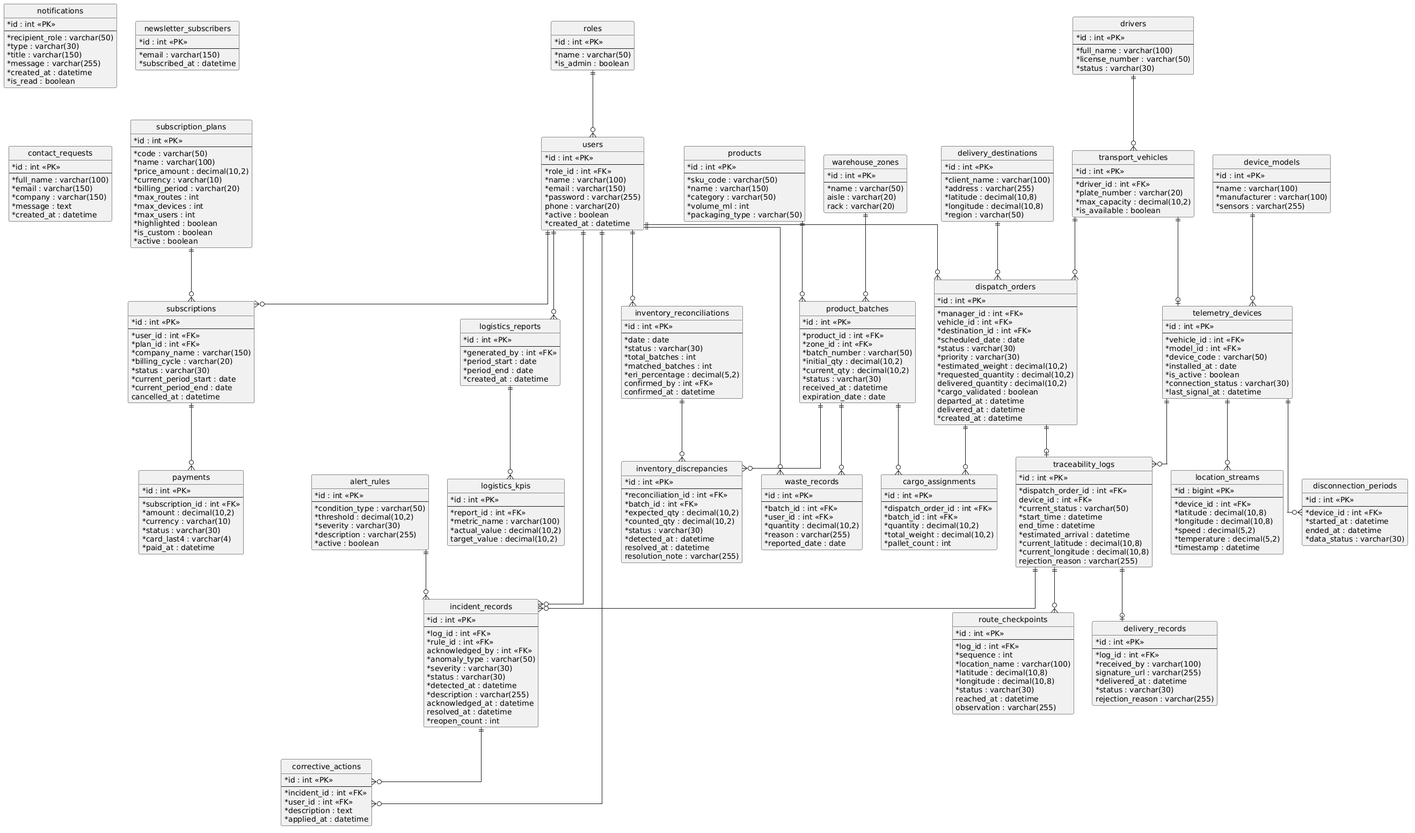
Before: report/assets/Chapter4/bk1.png, a diagram exported from PlantUML (Codecraft-16692/BevTrace-Report). Its diagram source:
```plantuml
@startuml
hide circle
skinparam linetype ortho
skinparam classAttributeIconSize 0

entity "roles" as roles {
  * id : int <<PK>>
  --
  * name : varchar(50)
  * is_admin : boolean
}

entity "users" as users {
  * id : int <<PK>>
  --
  * role_id : int <<FK>>
  * name : varchar(100)
  * email : varchar(150)
  * password : varchar(255)
  phone : varchar(20)
  * active : boolean
  * created_at : datetime
}

entity "products" as products {
  * id : int <<PK>>
  --
  * sku_code : varchar(50)
  * name : varchar(150)
  * category : varchar(50)
  * volume_ml : int
  * packaging_type : varchar(50)
}

entity "warehouse_zones" as warehouse_zones {
  * id : int <<PK>>
  --
  * name : varchar(50)
  aisle : varchar(20)
  rack : varchar(20)
}

entity "product_batches" as product_batches {
  * id : int <<PK>>
  --
  * product_id : int <<FK>>
  * zone_id : int <<FK>>
  * batch_number : varchar(50)
  * initial_qty : decimal(10,2)
  * current_qty : decimal(10,2)
  * status : varchar(30)
  received_at : datetime
  expiration_date : date
}

entity "waste_records" as waste_records {
  * id : int <<PK>>
  --
  * batch_id : int <<FK>>
  * user_id : int <<FK>>
  * quantity : decimal(10,2)
  * reason : varchar(255)
  * reported_date : date
}

entity "inventory_reconciliations" as inventory_reconciliations {
  * id : int <<PK>>
  --
  * date : date
  * status : varchar(30)
  * total_batches : int
  * matched_batches : int
  * eri_percentage : decimal(5,2)
  confirmed_by : int <<FK>>
  confirmed_at : datetime
}

entity "inventory_discrepancies" as inventory_discrepancies {
  * id : int <<PK>>
  --
  * reconciliation_id : int <<FK>>
  * batch_id : int <<FK>>
  * expected_qty : decimal(10,2)
  * counted_qty : decimal(10,2)
  * status : varchar(30)
  * detected_at : datetime
  resolved_at : datetime
  resolution_note : varchar(255)
}

entity "drivers" as drivers {
  * id : int <<PK>>
  --
  * full_name : varchar(100)
  * license_number : varchar(50)
  * status : varchar(30)
}

entity "transport_vehicles" as transport_vehicles {
  * id : int <<PK>>
  --
  * driver_id : int <<FK>>
  * plate_number : varchar(20)
  * max_capacity : decimal(10,2)
  * is_available : boolean
}

entity "delivery_destinations" as delivery_destinations {
  * id : int <<PK>>
  --
  * client_name : varchar(100)
  * address : varchar(255)
  * latitude : decimal(10,8)
  * longitude : decimal(10,8)
  * region : varchar(50)
}

entity "dispatch_orders" as dispatch_orders {
  * id : int <<PK>>
  --
  * manager_id : int <<FK>>
  vehicle_id : int <<FK>>
  * destination_id : int <<FK>>
  * scheduled_date : date
  * status : varchar(30)
  * priority : varchar(30)
  * estimated_weight : decimal(10,2)
  * requested_quantity : decimal(10,2)
  delivered_quantity : decimal(10,2)
  * cargo_validated : boolean
  departed_at : datetime
  delivered_at : datetime
  * created_at : datetime
}

entity "cargo_assignments" as cargo_assignments {
  * id : int <<PK>>
  --
  * dispatch_order_id : int <<FK>>
  * batch_id : int <<FK>>
  * quantity : decimal(10,2)
  * total_weight : decimal(10,2)
  * pallet_count : int
}

entity "traceability_logs" as traceability_logs {
  * id : int <<PK>>
  --
  * dispatch_order_id : int <<FK>>
  device_id : int <<FK>>
  * current_status : varchar(50)
  * start_time : datetime
  end_time : datetime
  * estimated_arrival : datetime
  * current_latitude : decimal(10,8)
  * current_longitude : decimal(10,8)
  rejection_reason : varchar(255)
}

entity "route_checkpoints" as route_checkpoints {
  * id : int <<PK>>
  --
  * log_id : int <<FK>>
  * sequence : int
  * location_name : varchar(100)
  * latitude : decimal(10,8)
  * longitude : decimal(10,8)
  * status : varchar(30)
  reached_at : datetime
  observation : varchar(255)
}

entity "delivery_records" as delivery_records {
  * id : int <<PK>>
  --
  * log_id : int <<FK>>
  * received_by : varchar(100)
  signature_url : varchar(255)
  * delivered_at : datetime
  * status : varchar(30)
  rejection_reason : varchar(255)
}

entity "device_models" as device_models {
  * id : int <<PK>>
  --
  * name : varchar(100)
  * manufacturer : varchar(100)
  * sensors : varchar(255)
}

entity "telemetry_devices" as telemetry_devices {
  * id : int <<PK>>
  --
  * vehicle_id : int <<FK>>
  * model_id : int <<FK>>
  * device_code : varchar(50)
  * installed_at : date
  * is_active : boolean
  * connection_status : varchar(30)
  * last_signal_at : datetime
}

entity "location_streams" as location_streams {
  * id : bigint <<PK>>
  --
  * device_id : int <<FK>>
  * latitude : decimal(10,8)
  * longitude : decimal(10,8)
  * speed : decimal(5,2)
  * temperature : decimal(5,2)
  * timestamp : datetime
}

entity "disconnection_periods" as disconnection_periods {
  * id : int <<PK>>
  --
  * device_id : int <<FK>>
  * started_at : datetime
  ended_at : datetime
  * data_status : varchar(30)
}

entity "alert_rules" as alert_rules {
  * id : int <<PK>>
  --
  * condition_type : varchar(50)
  * threshold : decimal(10,2)
  * severity : varchar(30)
  * description : varchar(255)
  * active : boolean
}

entity "incident_records" as incident_records {
  * id : int <<PK>>
  --
  * log_id : int <<FK>>
  * rule_id : int <<FK>>
  acknowledged_by : int <<FK>>
  * anomaly_type : varchar(50)
  * severity : varchar(30)
  * status : varchar(30)
  * detected_at : datetime
  * description : varchar(255)
  acknowledged_at : datetime
  resolved_at : datetime
  * reopen_count : int
}

entity "corrective_actions" as corrective_actions {
  * id : int <<PK>>
  --
  * incident_id : int <<FK>>
  * user_id : int <<FK>>
  * description : text
  * applied_at : datetime
}

entity "notifications" as notifications {
  * id : int <<PK>>
  --
  * recipient_role : varchar(50)
  * type : varchar(30)
  * title : varchar(150)
  * message : varchar(255)
  * created_at : datetime
  * is_read : boolean
}

entity "logistics_reports" as logistics_reports {
  * id : int <<PK>>
  --
  * generated_by : int <<FK>>
  * period_start : date
  * period_end : date
  * created_at : datetime
}

entity "logistics_kpis" as logistics_kpis {
  * id : int <<PK>>
  --
  * report_id : int <<FK>>
  * metric_name : varchar(100)
  * actual_value : decimal(10,2)
  target_value : decimal(10,2)
}

entity "subscription_plans" as subscription_plans {
  * id : int <<PK>>
  --
  * code : varchar(50)
  * name : varchar(100)
  * price_amount : decimal(10,2)
  * currency : varchar(10)
  * billing_period : varchar(20)
  * max_routes : int
  * max_devices : int
  * max_users : int
  * highlighted : boolean
  * is_custom : boolean
  * active : boolean
}

entity "subscriptions" as subscriptions {
  * id : int <<PK>>
  --
  * user_id : int <<FK>>
  * plan_id : int <<FK>>
  * company_name : varchar(150)
  * billing_cycle : varchar(20)
  * status : varchar(30)
  * current_period_start : date
  * current_period_end : date
  cancelled_at : datetime
}

entity "payments" as payments {
  * id : int <<PK>>
  --
  * subscription_id : int <<FK>>
  * amount : decimal(10,2)
  * currency : varchar(10)
  * status : varchar(30)
  * card_last4 : varchar(4)
  * paid_at : datetime
}

entity "newsletter_subscribers" as newsletter_subscribers {
  * id : int <<PK>>
  --
  * email : varchar(150)
  * subscribed_at : datetime
}

entity "contact_requests" as contact_requests {
  * id : int <<PK>>
  --
  * full_name : varchar(100)
  * email : varchar(150)
  * company : varchar(150)
  * message : text
  * created_at : datetime
}

roles ||--o{ users
users ||--o{ dispatch_orders
users ||--o{ waste_records
users ||--o{ corrective_actions
users ||--o{ logistics_reports
users ||--o{ subscriptions
users ||--o{ inventory_reconciliations
users ||--o{ incident_records

products ||--o{ product_batches
warehouse_zones ||--o{ product_batches
product_batches ||--o{ waste_records
product_batches ||--o{ cargo_assignments
product_batches ||--o{ inventory_discrepancies
inventory_reconciliations ||--o{ inventory_discrepancies

drivers ||--o{ transport_vehicles
transport_vehicles ||--o{ dispatch_orders
transport_vehicles ||--o| telemetry_devices
delivery_destinations ||--o{ dispatch_orders
dispatch_orders ||--o{ cargo_assignments
dispatch_orders ||--o| traceability_logs

traceability_logs ||--o{ route_checkpoints
traceability_logs ||--o| delivery_records
traceability_logs ||--o{ incident_records
telemetry_devices ||--o{ traceability_logs

device_models ||--o{ telemetry_devices
telemetry_devices ||--o{ location_streams
telemetry_devices ||--o{ disconnection_periods

alert_rules ||--o{ incident_records
incident_records ||--o{ corrective_actions

logistics_reports ||--o{ logistics_kpis

subscription_plans ||--o{ subscriptions
subscriptions ||--o{ payments
@enduml
```
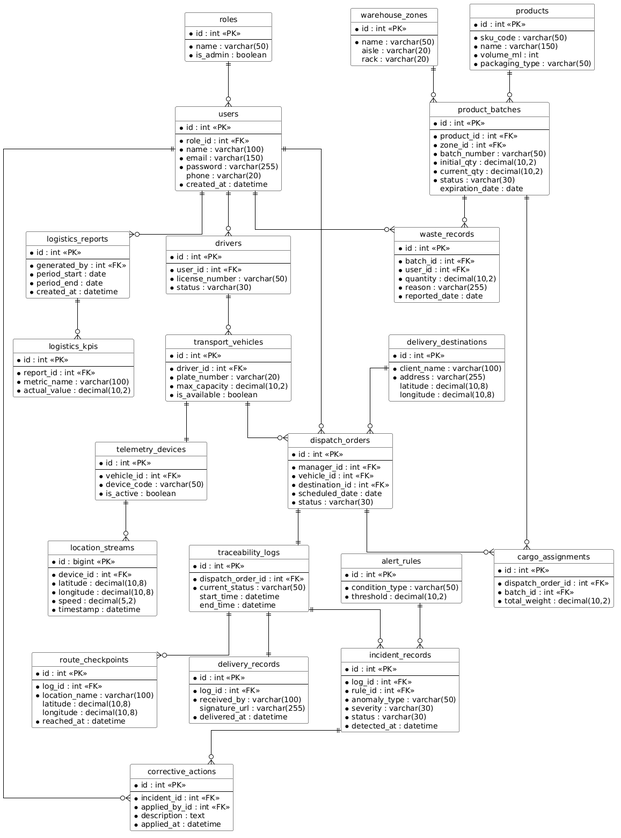
Above is the later version.

Diff of the diagram source:
```diff
@@ -1,384 +1,234 @@
 @startuml
 hide circle
 skinparam linetype ortho
-skinparam classAttributeIconSize 0
+skinparam nodesep 60
+skinparam ranksep 60
+skinparam class {
+    BackgroundColor White
+    ArrowColor Black
+    BorderColor Black
+}
 
 entity "roles" as roles {
-  * id : int <<PK>>
+  *id : int <<PK>>
   --
-  * name : varchar(50)
-  * is_admin : boolean
+  *name : varchar(50)
+  *is_admin : boolean
 }
 
 entity "users" as users {
-  * id : int <<PK>>
+  *id : int <<PK>>
   --
-  * role_id : int <<FK>>
-  * name : varchar(100)
-  * email : varchar(150)
-  * password : varchar(255)
+  *role_id : int <<FK>>
+  *name : varchar(100)
+  *email : varchar(150)
+  *password : varchar(255)
   phone : varchar(20)
-  * active : boolean
-  * created_at : datetime
-}
-
-entity "products" as products {
-  * id : int <<PK>>
-  --
-  * sku_code : varchar(50)
-  * name : varchar(150)
-  * category : varchar(50)
-  * volume_ml : int
-  * packaging_type : varchar(50)
+  *created_at : datetime
 }
 
 entity "warehouse_zones" as warehouse_zones {
-  * id : int <<PK>>
+  *id : int <<PK>>
   --
-  * name : varchar(50)
+  *name : varchar(50)
   aisle : varchar(20)
   rack : varchar(20)
 }
 
+entity "products" as products {
+  *id : int <<PK>>
+  --
+  *sku_code : varchar(50)
+  *name : varchar(150)
+  *volume_ml : int
+  *packaging_type : varchar(50)
+}
+
 entity "product_batches" as product_batches {
-  * id : int <<PK>>
+  *id : int <<PK>>
   --
-  * product_id : int <<FK>>
-  * zone_id : int <<FK>>
-  * batch_number : varchar(50)
-  * initial_qty : decimal(10,2)
-  * current_qty : decimal(10,2)
-  * status : varchar(30)
-  received_at : datetime
+  *product_id : int <<FK>>
+  *zone_id : int <<FK>>
+  *batch_number : varchar(50)
+  *initial_qty : decimal(10,2)
+  *current_qty : decimal(10,2)
+  *status : varchar(30)
   expiration_date : date
 }
 
 entity "waste_records" as waste_records {
-  * id : int <<PK>>
+  *id : int <<PK>>
   --
-  * batch_id : int <<FK>>
-  * user_id : int <<FK>>
-  * quantity : decimal(10,2)
-  * reason : varchar(255)
-  * reported_date : date
+  *batch_id : int <<FK>>
+  *user_id : int <<FK>>
+  *quantity : decimal(10,2)
+  *reason : varchar(255)
+  *reported_date : date
 }
 
-entity "inventory_reconciliations" as inventory_reconciliations {
-  * id : int <<PK>>
+entity "delivery_destinations" as delivery_destinations {
+  *id : int <<PK>>
   --
-  * date : date
-  * status : varchar(30)
-  * total_batches : int
-  * matched_batches : int
-  * eri_percentage : decimal(5,2)
-  confirmed_by : int <<FK>>
-  confirmed_at : datetime
-}
-
-entity "inventory_discrepancies" as inventory_discrepancies {
-  * id : int <<PK>>
-  --
-  * reconciliation_id : int <<FK>>
-  * batch_id : int <<FK>>
-  * expected_qty : decimal(10,2)
-  * counted_qty : decimal(10,2)
-  * status : varchar(30)
-  * detected_at : datetime
-  resolved_at : datetime
-  resolution_note : varchar(255)
+  *client_name : varchar(100)
+  *address : varchar(255)
+  latitude : decimal(10,8)
+  longitude : decimal(10,8)
 }
 
 entity "drivers" as drivers {
-  * id : int <<PK>>
+  *id : int <<PK>>
   --
-  * full_name : varchar(100)
-  * license_number : varchar(50)
-  * status : varchar(30)
+  *user_id : int <<FK>>
+  *license_number : varchar(50)
+  *status : varchar(30)
 }
 
 entity "transport_vehicles" as transport_vehicles {
-  * id : int <<PK>>
+  *id : int <<PK>>
   --
-  * driver_id : int <<FK>>
-  * plate_number : varchar(20)
-  * max_capacity : decimal(10,2)
-  * is_available : boolean
-}
-
-entity "delivery_destinations" as delivery_destinations {
-  * id : int <<PK>>
-  --
-  * client_name : varchar(100)
-  * address : varchar(255)
-  * latitude : decimal(10,8)
-  * longitude : decimal(10,8)
-  * region : varchar(50)
+  *driver_id : int <<FK>>
+  *plate_number : varchar(20)
+  *max_capacity : decimal(10,2)
+  *is_available : boolean
 }
 
 entity "dispatch_orders" as dispatch_orders {
-  * id : int <<PK>>
+  *id : int <<PK>>
   --
-  * manager_id : int <<FK>>
-  vehicle_id : int <<FK>>
-  * destination_id : int <<FK>>
-  * scheduled_date : date
-  * status : varchar(30)
-  * priority : varchar(30)
-  * estimated_weight : decimal(10,2)
-  * requested_quantity : decimal(10,2)
-  delivered_quantity : decimal(10,2)
-  * cargo_validated : boolean
-  departed_at : datetime
-  delivered_at : datetime
-  * created_at : datetime
+  *manager_id : int <<FK>>
+  *vehicle_id : int <<FK>>
+  *destination_id : int <<FK>>
+  *scheduled_date : date
+  *status : varchar(30)
 }
 
 entity "cargo_assignments" as cargo_assignments {
-  * id : int <<PK>>
+  *id : int <<PK>>
   --
-  * dispatch_order_id : int <<FK>>
-  * batch_id : int <<FK>>
-  * quantity : decimal(10,2)
-  * total_weight : decimal(10,2)
-  * pallet_count : int
+  *dispatch_order_id : int <<FK>>
+  *batch_id : int <<FK>>
+  *total_weight : decimal(10,2)
 }
 
 entity "traceability_logs" as traceability_logs {
-  * id : int <<PK>>
+  *id : int <<PK>>
   --
-  * dispatch_order_id : int <<FK>>
-  device_id : int <<FK>>
-  * current_status : varchar(50)
-  * start_time : datetime
+  *dispatch_order_id : int <<FK>>
+  *current_status : varchar(50)
+  start_time : datetime
   end_time : datetime
-  * estimated_arrival : datetime
-  * current_latitude : decimal(10,8)
-  * current_longitude : decimal(10,8)
-  rejection_reason : varchar(255)
 }
 
 entity "route_checkpoints" as route_checkpoints {
-  * id : int <<PK>>
+  *id : int <<PK>>
   --
-  * log_id : int <<FK>>
-  * sequence : int
-  * location_name : varchar(100)
-  * latitude : decimal(10,8)
-  * longitude : decimal(10,8)
-  * status : varchar(30)
-  reached_at : datetime
-  observation : varchar(255)
+  *log_id : int <<FK>>
+  *location_name : varchar(100)
+  latitude : decimal(10,8)
+  longitude : decimal(10,8)
+  *reached_at : datetime
 }
 
 entity "delivery_records" as delivery_records {
-  * id : int <<PK>>
+  *id : int <<PK>>
   --
-  * log_id : int <<FK>>
-  * received_by : varchar(100)
+  *log_id : int <<FK>>
+  *received_by : varchar(100)
   signature_url : varchar(255)
-  * delivered_at : datetime
-  * status : varchar(30)
-  rejection_reason : varchar(255)
-}
-
-entity "device_models" as device_models {
-  * id : int <<PK>>
-  --
-  * name : varchar(100)
-  * manufacturer : varchar(100)
-  * sensors : varchar(255)
+  *delivered_at : datetime
 }
 
 entity "telemetry_devices" as telemetry_devices {
-  * id : int <<PK>>
+  *id : int <<PK>>
   --
-  * vehicle_id : int <<FK>>
-  * model_id : int <<FK>>
-  * device_code : varchar(50)
-  * installed_at : date
-  * is_active : boolean
-  * connection_status : varchar(30)
-  * last_signal_at : datetime
+  *vehicle_id : int <<FK>>
+  *device_code : varchar(50)
+  *is_active : boolean
 }
 
 entity "location_streams" as location_streams {
-  * id : bigint <<PK>>
+  *id : bigint <<PK>>
   --
-  * device_id : int <<FK>>
-  * latitude : decimal(10,8)
-  * longitude : decimal(10,8)
-  * speed : decimal(5,2)
-  * temperature : decimal(5,2)
-  * timestamp : datetime
-}
-
-entity "disconnection_periods" as disconnection_periods {
-  * id : int <<PK>>
-  --
-  * device_id : int <<FK>>
-  * started_at : datetime
-  ended_at : datetime
-  * data_status : varchar(30)
+  *device_id : int <<FK>>
+  *latitude : decimal(10,8)
+  *longitude : decimal(10,8)
+  *speed : decimal(5,2)
+  *timestamp : datetime
 }
 
 entity "alert_rules" as alert_rules {
-  * id : int <<PK>>
+  *id : int <<PK>>
   --
-  * condition_type : varchar(50)
-  * threshold : decimal(10,2)
-  * severity : varchar(30)
-  * description : varchar(255)
-  * active : boolean
+  *condition_type : varchar(50)
+  *threshold : decimal(10,2)
 }
 
 entity "incident_records" as incident_records {
-  * id : int <<PK>>
+  *id : int <<PK>>
   --
-  * log_id : int <<FK>>
-  * rule_id : int <<FK>>
-  acknowledged_by : int <<FK>>
-  * anomaly_type : varchar(50)
-  * severity : varchar(30)
-  * status : varchar(30)
-  * detected_at : datetime
-  * description : varchar(255)
-  acknowledged_at : datetime
-  resolved_at : datetime
-  * reopen_count : int
+  *log_id : int <<FK>>
+  *rule_id : int <<FK>>
+  *anomaly_type : varchar(50)
+  *severity : varchar(30)
+  *status : varchar(30)
+  *detected_at : datetime
 }
 
 entity "corrective_actions" as corrective_actions {
-  * id : int <<PK>>
+  *id : int <<PK>>
   --
-  * incident_id : int <<FK>>
-  * user_id : int <<FK>>
-  * description : text
-  * applied_at : datetime
-}
-
-entity "notifications" as notifications {
-  * id : int <<PK>>
-  --
-  * recipient_role : varchar(50)
-  * type : varchar(30)
-  * title : varchar(150)
-  * message : varchar(255)
-  * created_at : datetime
-  * is_read : boolean
+  *incident_id : int <<FK>>
+  *applied_by_id : int <<FK>>
+  *description : text
+  *applied_at : datetime
 }
 
 entity "logistics_reports" as logistics_reports {
-  * id : int <<PK>>
+  *id : int <<PK>>
   --
-  * generated_by : int <<FK>>
-  * period_start : date
-  * period_end : date
-  * created_at : datetime
+  *generated_by : int <<FK>>
+  *period_start : date
+  *period_end : date
+  *created_at : datetime
 }
 
 entity "logistics_kpis" as logistics_kpis {
-  * id : int <<PK>>
+  *id : int <<PK>>
   --
-  * report_id : int <<FK>>
-  * metric_name : varchar(100)
-  * actual_value : decimal(10,2)
-  target_value : decimal(10,2)
+  *report_id : int <<FK>>
+  *metric_name : varchar(100)
+  *actual_value : decimal(10,2)
 }
 
-entity "subscription_plans" as subscription_plans {
-  * id : int <<PK>>
-  --
-  * code : varchar(50)
-  * name : varchar(100)
-  * price_amount : decimal(10,2)
-  * currency : varchar(10)
-  * billing_period : varchar(20)
-  * max_routes : int
-  * max_devices : int
-  * max_users : int
-  * highlighted : boolean
-  * is_custom : boolean
-  * active : boolean
-}
-
-entity "subscriptions" as subscriptions {
-  * id : int <<PK>>
-  --
-  * user_id : int <<FK>>
-  * plan_id : int <<FK>>
-  * company_name : varchar(150)
-  * billing_cycle : varchar(20)
-  * status : varchar(30)
-  * current_period_start : date
-  * current_period_end : date
-  cancelled_at : datetime
-}
-
-entity "payments" as payments {
-  * id : int <<PK>>
-  --
-  * subscription_id : int <<FK>>
-  * amount : decimal(10,2)
-  * currency : varchar(10)
-  * status : varchar(30)
-  * card_last4 : varchar(4)
-  * paid_at : datetime
-}
-
-entity "newsletter_subscribers" as newsletter_subscribers {
-  * id : int <<PK>>
-  --
-  * email : varchar(150)
-  * subscribed_at : datetime
-}
-
-entity "contact_requests" as contact_requests {
-  * id : int <<PK>>
-  --
-  * full_name : varchar(100)
-  * email : varchar(150)
-  * company : varchar(150)
-  * message : text
-  * created_at : datetime
-}
 
 roles ||--o{ users
+
+users ||--o{ drivers
 users ||--o{ dispatch_orders
 users ||--o{ waste_records
 users ||--o{ corrective_actions
 users ||--o{ logistics_reports
-users ||--o{ subscriptions
-users ||--o{ inventory_reconciliations
-users ||--o{ incident_records
 
+warehouse_zones ||--o{ product_batches
 products ||--o{ product_batches
-warehouse_zones ||--o{ product_batches
 product_batches ||--o{ waste_records
-product_batches ||--o{ cargo_assignments
-product_batches ||--o{ inventory_discrepancies
-inventory_reconciliations ||--o{ inventory_discrepancies
 
+delivery_destinations ||--o{ dispatch_orders
 drivers ||--o{ transport_vehicles
 transport_vehicles ||--o{ dispatch_orders
-transport_vehicles ||--o| telemetry_devices
-delivery_destinations ||--o{ dispatch_orders
 dispatch_orders ||--o{ cargo_assignments
-dispatch_orders ||--o| traceability_logs
+product_batches ||--o{ cargo_assignments
 
+dispatch_orders ||--|| traceability_logs
 traceability_logs ||--o{ route_checkpoints
-traceability_logs ||--o| delivery_records
+traceability_logs ||--|| delivery_records
+
+transport_vehicles ||--|| telemetry_devices
+telemetry_devices ||--o{ location_streams
+
 traceability_logs ||--o{ incident_records
-telemetry_devices ||--o{ traceability_logs
-
-device_models ||--o{ telemetry_devices
-telemetry_devices ||--o{ location_streams
-telemetry_devices ||--o{ disconnection_periods
-
 alert_rules ||--o{ incident_records
 incident_records ||--o{ corrective_actions
 
 logistics_reports ||--o{ logistics_kpis
-
-subscription_plans ||--o{ subscriptions
-subscriptions ||--o{ payments
 @enduml
```
